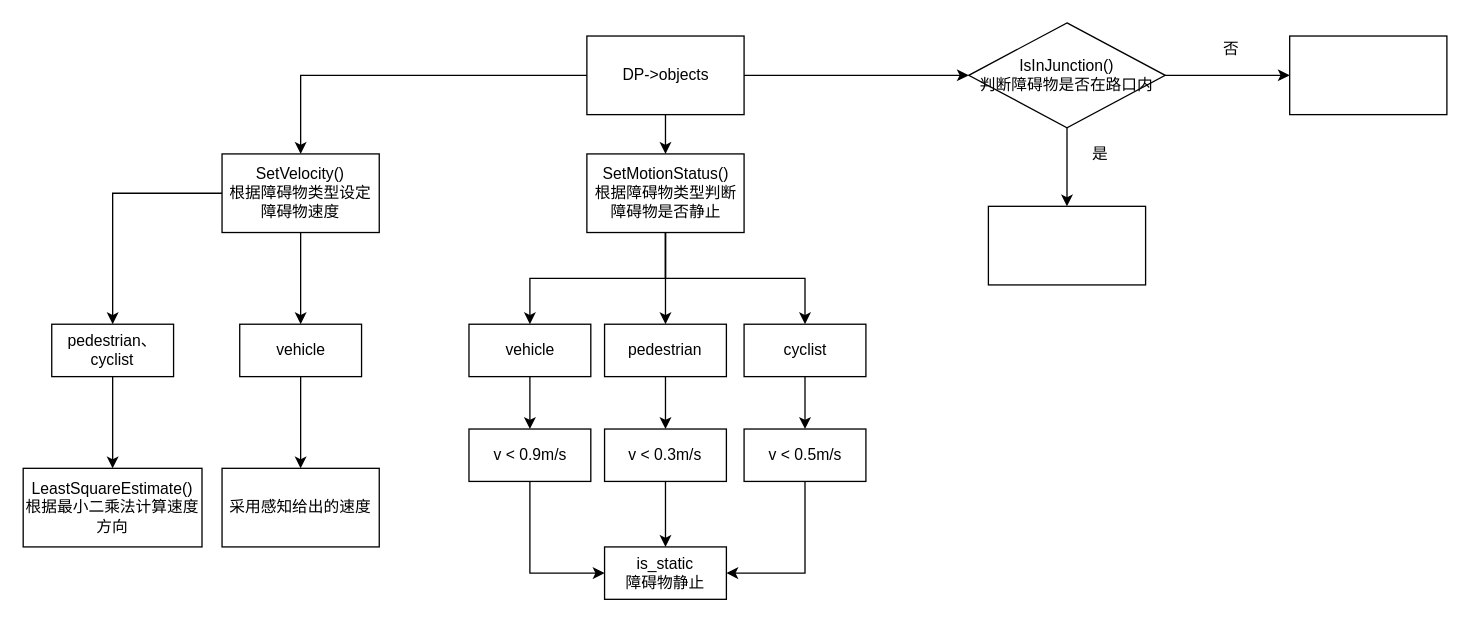
Above: prediction3.drawio in geerniya/draw_io (draw.io), before the change. Source tidied: cells renumbered, new cells numbered last; positions are measured from the earlier drawing's top-left corner, leaving out a move shared by most shapes. Both pictures are drawn from the tidied source at 131%, with x=0, y=0 at pixel (22, 22).
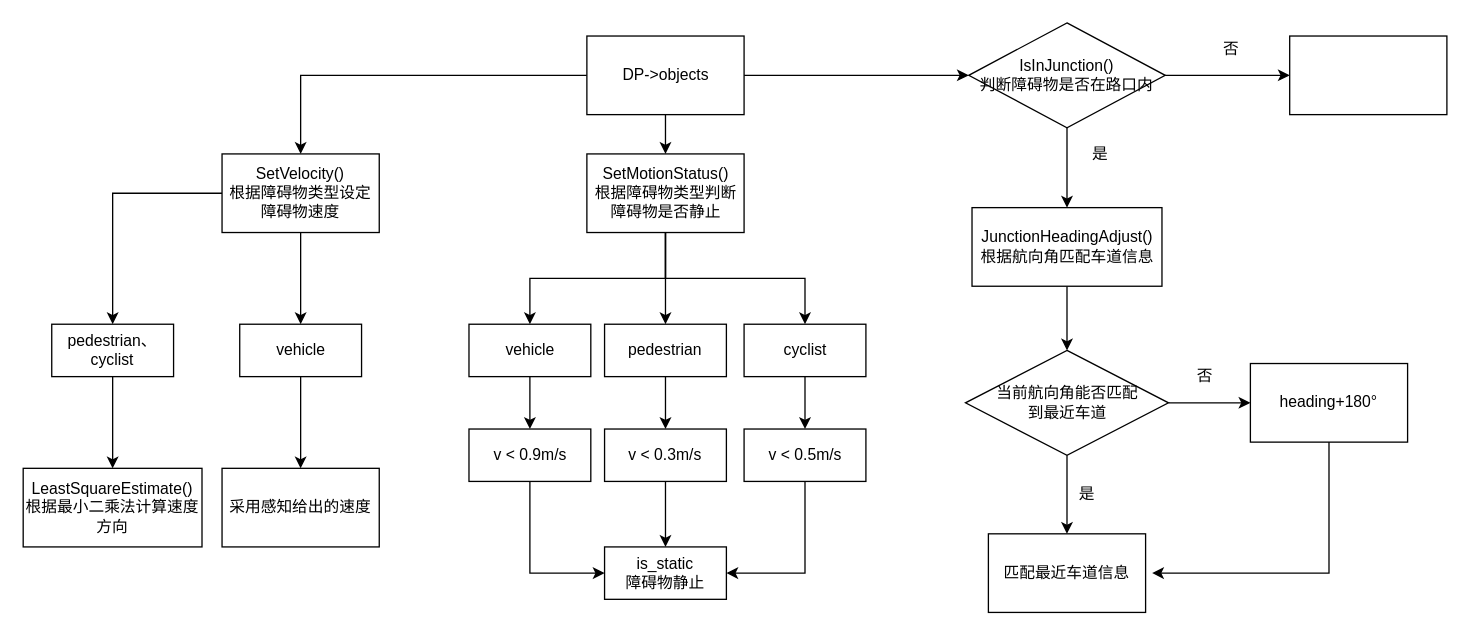
Above is the later version.

Diff of the diagram source:
```diff
@@
+    <mxCell id="39" style="edgeStyle=orthogonalEdgeStyle;rounded=0;jettySize=auto;html=1;" parent="1" edge="1" source="35" target="42">
+      <mxGeometry relative="1" as="geometry" />
+    </mxCell>
-    <mxCell id="35" style="whiteSpace=wrap;html=1;" parent="1" vertex="1">
-      <mxGeometry x="737" y="140" width="120" height="60" as="geometry" />
+    <mxCell id="35" value="&lt;div&gt;JunctionHeadingAdjust()&lt;/div&gt;&lt;div&gt;根据航向角匹配车道信息&lt;br&gt;&lt;/div&gt;" style="whiteSpace=wrap;html=1;" parent="1" vertex="1">
+      <mxGeometry x="724.5" y="141" width="145" height="60" as="geometry" />
     </mxCell>
@@
+    <mxCell id="40" style="edgeStyle=orthogonalEdgeStyle;rounded=0;jettySize=auto;html=1;" parent="1" edge="1" source="42" target="43">
+      <mxGeometry relative="1" as="geometry" />
+    </mxCell>
+    <mxCell id="41" style="edgeStyle=orthogonalEdgeStyle;rounded=0;jettySize=auto;html=1;" parent="1" edge="1" source="42" target="45">
+      <mxGeometry relative="1" as="geometry" />
+    </mxCell>
+    <mxCell id="42" value="&lt;div&gt;当前航向角能否匹配&lt;/div&gt;&lt;div&gt;到最近车道&lt;/div&gt;" style="rhombus;whiteSpace=wrap;html=1;" parent="1" vertex="1">
+      <mxGeometry x="719.5" y="250" width="155" height="80" as="geometry" />
+    </mxCell>
+    <mxCell id="43" value="匹配最近车道信息" style="whiteSpace=wrap;html=1;" parent="1" vertex="1">
+      <mxGeometry x="737" y="390" width="120" height="60" as="geometry" />
+    </mxCell>
+    <mxCell id="44" style="edgeStyle=orthogonalEdgeStyle;rounded=0;jettySize=auto;html=1;" parent="1" edge="1" source="45">
+      <mxGeometry relative="1" as="geometry">
+        <mxPoint x="862" y="420" as="targetPoint" />
+        <Array as="points">
+          <mxPoint x="997" y="420" />
+        </Array>
+      </mxGeometry>
+    </mxCell>
+    <mxCell id="45" value="heading+180°" style="whiteSpace=wrap;html=1;" parent="1" vertex="1">
+      <mxGeometry x="937" y="260" width="120" height="60" as="geometry" />
+    </mxCell>
+    <mxCell id="46" value="否" style="text;html=1;align=center;verticalAlign=middle;strokeColor=none;fillColor=none;" parent="1" vertex="1">
+      <mxGeometry x="887" y="260" width="30" height="20" as="geometry" />
+    </mxCell>
+    <mxCell id="47" value="是" style="text;html=1;align=center;verticalAlign=middle;strokeColor=none;fillColor=none;" parent="1" vertex="1">
+      <mxGeometry x="797" y="350" width="30" height="20" as="geometry" />
+    </mxCell>
```
